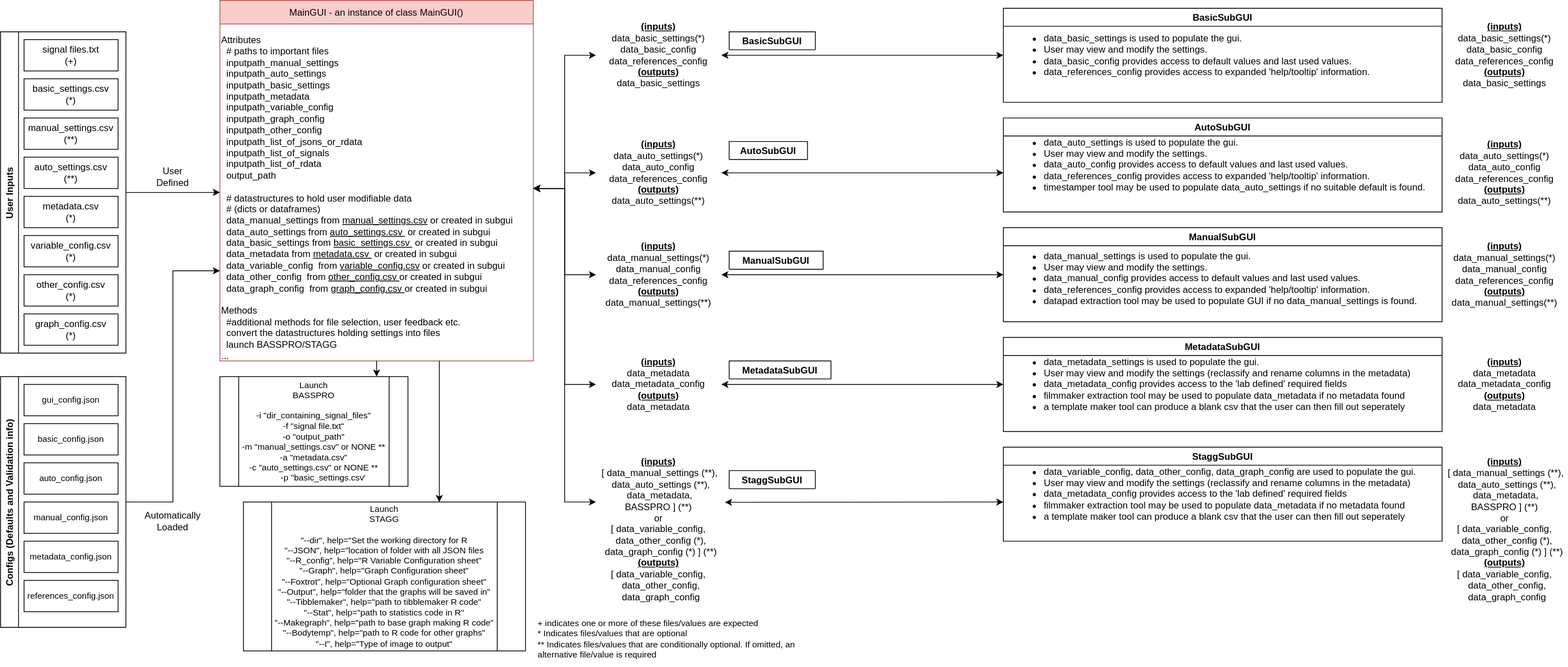
Before: subGUI-BackEnd-Schema.drawio - Copy.svg, a diagram exported from draw.io (MolecularNeurobiology/Breathe_Easy). Source tidied: cells renumbered, new cells last; positions are measured from the earlier drawing's top-left corner, leaving out a move shared by most shapes.
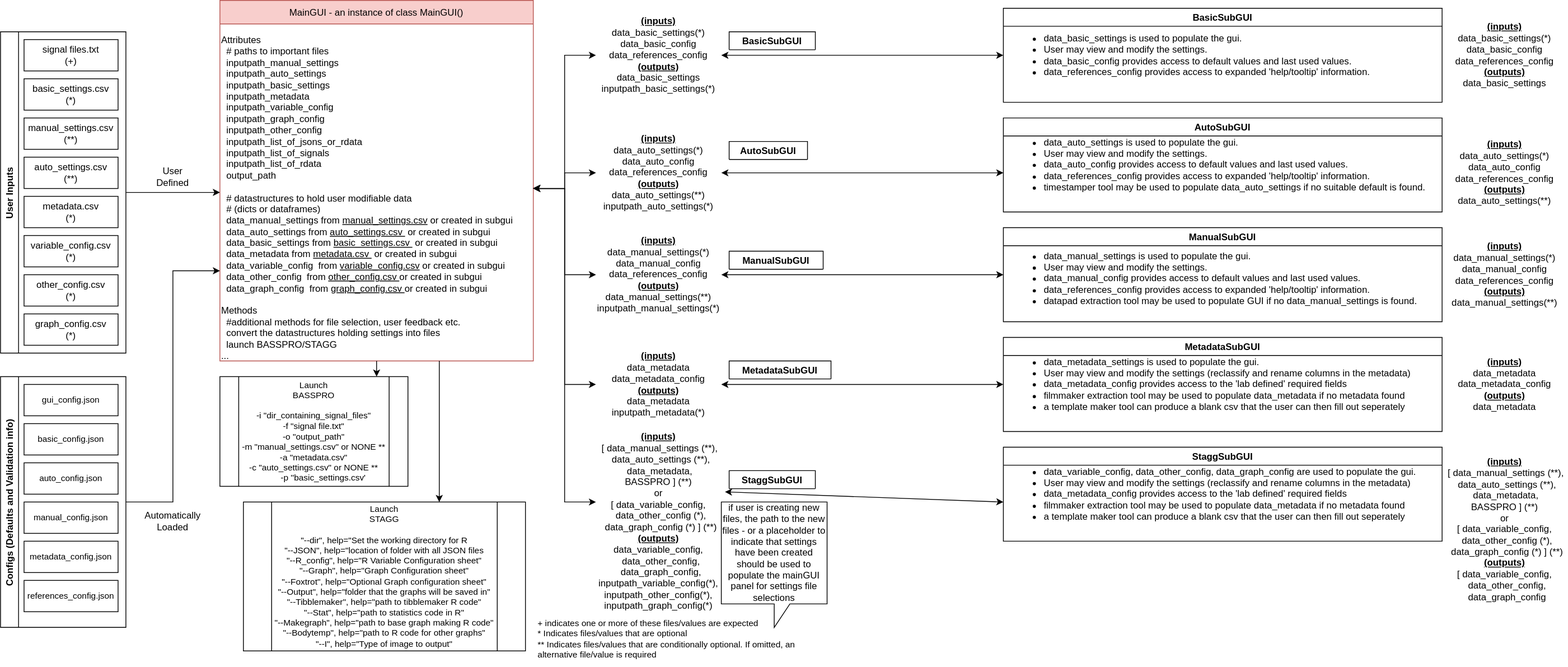
Later version of the same file.

Commit message:
updates to manual_subGUI

What changed in the source:
```diff
@@ -98,7 +98,7 @@
     <mxCell id="33" style="edgeStyle=orthogonalEdgeStyle;rounded=0;jettySize=auto;html=1;fontSize=11;startArrow=classic;startFill=1;entryX=0.998;entryY=0.488;entryDx=0;entryDy=0;entryPerimeter=0;" parent="1" edge="1" source="34" target="3">
       <mxGeometry relative="1" as="geometry" />
     </mxCell>
-    <mxCell id="34" value="&lt;b&gt;&lt;u&gt;(inputs)&lt;/u&gt;&lt;/b&gt;&lt;br&gt;data_basic_settings(*)&lt;br&gt;data_basic_config&lt;br&gt;data_references_config&lt;br&gt;&lt;b&gt;&lt;u&gt;(outputs)&lt;/u&gt;&lt;/b&gt;&lt;br&gt;data_basic_settings" style="text;html=1;strokeColor=none;fillColor=none;align=center;verticalAlign=middle;whiteSpace=wrap;rounded=0;" parent="1" vertex="1">
+    <mxCell id="34" value="&lt;b&gt;&lt;u&gt;(inputs)&lt;/u&gt;&lt;/b&gt;&lt;br&gt;data_basic_settings(*)&lt;br&gt;data_basic_config&lt;br&gt;data_references_config&lt;br&gt;&lt;b&gt;&lt;u&gt;(outputs)&lt;/u&gt;&lt;/b&gt;&lt;br&gt;data_basic_settings&lt;br&gt;inputpath_basic_settings(*)" style="text;html=1;strokeColor=none;fillColor=none;align=center;verticalAlign=middle;whiteSpace=wrap;rounded=0;" parent="1" vertex="1">
       <mxGeometry x="760" y="10" width="160" height="120" as="geometry" />
     </mxCell>
     <mxCell id="35" style="endArrow=classic;startArrow=classic;html=1;rounded=0;exitX=0;exitY=0.5;exitDx=0;exitDy=0;" parent="1" edge="1" source="4" target="34">
@@ -109,7 +109,7 @@
         <mxPoint x="680" y="240" as="targetPoint" />
       </mxGeometry>
     </mxCell>
-    <mxCell id="37" value="&lt;b&gt;&lt;u&gt;(inputs)&lt;/u&gt;&lt;/b&gt;&lt;br&gt;data_auto_settings(*)&lt;br&gt;data_auto_config&lt;br&gt;data_references_config&lt;br&gt;&lt;b&gt;&lt;u&gt;(outputs)&lt;/u&gt;&lt;/b&gt;&lt;br&gt;data_auto_settings(**)" style="text;html=1;strokeColor=none;fillColor=none;align=center;verticalAlign=middle;whiteSpace=wrap;rounded=0;" parent="1" vertex="1">
+    <mxCell id="37" value="&lt;b&gt;&lt;u&gt;(inputs)&lt;/u&gt;&lt;/b&gt;&lt;br&gt;data_auto_settings(*)&lt;br&gt;data_auto_config&lt;br&gt;data_references_config&lt;br&gt;&lt;b&gt;&lt;u&gt;(outputs)&lt;/u&gt;&lt;/b&gt;&lt;br&gt;data_auto_settings(**)&lt;br&gt;inputpath_auto_settings(*)" style="text;html=1;strokeColor=none;fillColor=none;align=center;verticalAlign=middle;whiteSpace=wrap;rounded=0;" parent="1" vertex="1">
       <mxGeometry x="760" y="160" width="160" height="120" as="geometry" />
     </mxCell>
     <mxCell id="38" value="&lt;ul&gt;&lt;li&gt;data_auto_settings is used to populate the gui. &lt;/li&gt;&lt;li&gt;User may view and modify the settings. &lt;/li&gt;&lt;li&gt;data_auto_config provides access to default values and last used values.&lt;/li&gt;&lt;li&gt;&lt;span&gt;data_references_config provides access to expanded 'help/tooltip' information.&lt;/span&gt;&lt;/li&gt;&lt;li&gt;&lt;span&gt;timestamper tool may be used to populate data_auto_settings if no suitable default is found.&lt;/span&gt;&lt;/li&gt;&lt;/ul&gt;" style="text;html=1;align=left;verticalAlign=middle;strokeColor=none;fillColor=none;" parent="1" vertex="1">
@@ -124,7 +124,7 @@
         </Array>
       </mxGeometry>
     </mxCell>
-    <mxCell id="40" value="&lt;b&gt;&lt;u&gt;(inputs)&lt;/u&gt;&lt;/b&gt;&lt;br&gt;data_manual_settings(*)&lt;br&gt;data_manual_config&lt;br&gt;data_references_config&lt;br&gt;&lt;b&gt;&lt;u&gt;(outputs)&lt;/u&gt;&lt;/b&gt;&lt;br&gt;data_manual_settings(**)" style="text;html=1;strokeColor=none;fillColor=none;align=center;verticalAlign=middle;whiteSpace=wrap;rounded=0;" parent="1" vertex="1">
+    <mxCell id="40" value="&lt;b&gt;&lt;u&gt;(inputs)&lt;/u&gt;&lt;/b&gt;&lt;br&gt;data_manual_settings(*)&lt;br&gt;data_manual_config&lt;br&gt;data_references_config&lt;br&gt;&lt;b&gt;&lt;u&gt;(outputs)&lt;/u&gt;&lt;/b&gt;&lt;br&gt;data_manual_settings(**)&lt;br&gt;inputpath_manual_settings(*)" style="text;html=1;strokeColor=none;fillColor=none;align=center;verticalAlign=middle;whiteSpace=wrap;rounded=0;" parent="1" vertex="1">
       <mxGeometry x="760" y="290" width="160" height="120" as="geometry" />
     </mxCell>
     <mxCell id="41" style="edgeStyle=orthogonalEdgeStyle;rounded=0;jettySize=auto;html=1;fontSize=11;startArrow=classic;startFill=1;" parent="1" edge="1" source="42">
@@ -136,7 +136,7 @@
         </Array>
       </mxGeometry>
     </mxCell>
-    <mxCell id="42" value="&lt;b&gt;&lt;u&gt;(inputs)&lt;/u&gt;&lt;/b&gt;&lt;br&gt;data_metadata&lt;br&gt;data_metadata_config&lt;br&gt;&lt;b&gt;&lt;u&gt;(outputs)&lt;/u&gt;&lt;/b&gt;&lt;br&gt;data_metadata" style="text;html=1;strokeColor=none;fillColor=none;align=center;verticalAlign=middle;whiteSpace=wrap;rounded=0;" parent="1" vertex="1">
+    <mxCell id="42" value="&lt;b&gt;&lt;u&gt;(inputs)&lt;/u&gt;&lt;/b&gt;&lt;br&gt;data_metadata&lt;br&gt;data_metadata_config&lt;br&gt;&lt;b&gt;&lt;u&gt;(outputs)&lt;/u&gt;&lt;/b&gt;&lt;br&gt;data_metadata&lt;br&gt;inputpath_metadata(*)" style="text;html=1;strokeColor=none;fillColor=none;align=center;verticalAlign=middle;whiteSpace=wrap;rounded=0;" parent="1" vertex="1">
       <mxGeometry x="760" y="430" width="160" height="120" as="geometry" />
     </mxCell>
     <mxCell id="43" style="endArrow=classic;startArrow=classic;html=1;rounded=0;exitX=1;exitY=0.5;exitDx=0;exitDy=0;" parent="1" edge="1" source="37">
@@ -161,8 +161,8 @@
         </Array>
       </mxGeometry>
     </mxCell>
-    <mxCell id="47" value="&lt;b&gt;&lt;u&gt;(inputs)&lt;/u&gt;&lt;/b&gt;&lt;br&gt;&lt;span style=&quot;text-align: left&quot;&gt;&amp;nbsp;[ data_manual_settings (**),&lt;/span&gt;&lt;br style=&quot;text-align: left ; padding: 0px ; margin: 0px&quot;&gt;&lt;span style=&quot;text-align: left&quot;&gt;&amp;nbsp; data_auto_settings (**),&lt;/span&gt;&lt;br style=&quot;text-align: left ; padding: 0px ; margin: 0px&quot;&gt;&lt;span style=&quot;text-align: left&quot;&gt;&amp;nbsp;data_metadata,&lt;br&gt;&lt;/span&gt;BASSPRO ] (**)&lt;br&gt;or&lt;br style=&quot;text-align: left ; padding: 0px ; margin: 0px&quot;&gt;&lt;span style=&quot;text-align: left&quot;&gt;[ data_variable_config,&lt;/span&gt;&lt;br style=&quot;text-align: left ; padding: 0px ; margin: 0px&quot;&gt;&lt;span style=&quot;text-align: left&quot;&gt;&amp;nbsp; data_other_config (*),&lt;/span&gt;&lt;br style=&quot;text-align: left ; padding: 0px ; margin: 0px&quot;&gt;&lt;span style=&quot;text-align: left&quot;&gt;&amp;nbsp; data_graph_config (*) ]&amp;nbsp;&lt;/span&gt;(**)&lt;br&gt;&lt;b&gt;&lt;u&gt;(outputs)&lt;/u&gt;&lt;/b&gt;&lt;br style=&quot;text-align: left ; padding: 0px ; margin: 0px&quot;&gt;&lt;span style=&quot;text-align: left&quot;&gt;[ data_variable_config,&lt;/span&gt;&lt;br style=&quot;text-align: left ; padding: 0px ; margin: 0px&quot;&gt;&lt;span style=&quot;text-align: left&quot;&gt;&amp;nbsp; data_other_config,&lt;/span&gt;&lt;br style=&quot;text-align: left ; padding: 0px ; margin: 0px&quot;&gt;&lt;span style=&quot;text-align: left&quot;&gt;&amp;nbsp; data_graph_config&lt;/span&gt;" style="text;html=1;strokeColor=none;fillColor=none;align=center;verticalAlign=middle;whiteSpace=wrap;rounded=0;" parent="1" vertex="1">
-      <mxGeometry x="760" y="570" width="160" height="210" as="geometry" />
+    <mxCell id="47" value="&lt;b&gt;&lt;u&gt;(inputs)&lt;/u&gt;&lt;/b&gt;&lt;br&gt;&lt;span style=&quot;text-align: left&quot;&gt;&amp;nbsp;[ data_manual_settings (**),&lt;/span&gt;&lt;br style=&quot;text-align: left ; padding: 0px ; margin: 0px&quot;&gt;&lt;span style=&quot;text-align: left&quot;&gt;&amp;nbsp; data_auto_settings (**),&lt;/span&gt;&lt;br style=&quot;text-align: left ; padding: 0px ; margin: 0px&quot;&gt;&lt;span style=&quot;text-align: left&quot;&gt;&amp;nbsp;data_metadata,&lt;br&gt;&lt;/span&gt;BASSPRO ] (**)&lt;br&gt;or&lt;br style=&quot;text-align: left ; padding: 0px ; margin: 0px&quot;&gt;&lt;span style=&quot;text-align: left&quot;&gt;[ data_variable_config,&lt;/span&gt;&lt;br style=&quot;text-align: left ; padding: 0px ; margin: 0px&quot;&gt;&lt;span style=&quot;text-align: left&quot;&gt;&amp;nbsp; data_other_config (*),&lt;/span&gt;&lt;br style=&quot;text-align: left ; padding: 0px ; margin: 0px&quot;&gt;&lt;span style=&quot;text-align: left&quot;&gt;&amp;nbsp; data_graph_config (*) ]&amp;nbsp;&lt;/span&gt;(**)&lt;br&gt;&lt;b&gt;&lt;u&gt;(outputs)&lt;/u&gt;&lt;/b&gt;&lt;br style=&quot;text-align: left ; padding: 0px ; margin: 0px&quot;&gt;&lt;span style=&quot;text-align: left&quot;&gt;data_variable_config,&lt;/span&gt;&lt;br style=&quot;text-align: left ; padding: 0px ; margin: 0px&quot;&gt;&lt;span style=&quot;text-align: left&quot;&gt;&amp;nbsp; data_other_config,&lt;/span&gt;&lt;br style=&quot;text-align: left ; padding: 0px ; margin: 0px&quot;&gt;&lt;span style=&quot;text-align: left&quot;&gt;&amp;nbsp; data_graph_config,&lt;br&gt;inputpath_variable_config(*),&lt;br&gt;inputpath_other_config(*),&lt;br&gt;inputpath_graph_config(*)&lt;br&gt;&lt;/span&gt;" style="text;html=1;strokeColor=none;fillColor=none;align=center;verticalAlign=middle;whiteSpace=wrap;rounded=0;" parent="1" vertex="1">
+      <mxGeometry x="760" y="550" width="160" height="230" as="geometry" />
     </mxCell>
     <mxCell id="48" value="+ indicates one or more of these files/values are expected&#10;* Indicates files/values that are optional&#10;** Indicates files/values that are conditionally optional. If omitted, an alternative file/value is required" style="text;strokeColor=none;fillColor=none;align=left;verticalAlign=middle;spacingLeft=4;spacingRight=4;overflow=hidden;fontSize=11;whiteSpace=wrap;" parent="1" vertex="1">
       <mxGeometry x="680" y="780" width="360" height="70" as="geometry" />
@@ -224,5 +224,8 @@
     <mxCell id="63" value="StaggSubGUI" style="swimlane;" parent="1" vertex="1" collapsed="1">
       <mxGeometry x="930" y="600" width="110" height="23" as="geometry" />
     </mxCell>
+    <mxCell id="64" value="if user is creating new files, the path to the new files - or a placeholder to indicate that settings have been created should be used to populate the mainGUI panel for settings file selections" style="shape=callout;whiteSpace=wrap;html=1;perimeter=calloutPerimeter;" parent="1" vertex="1">
+      <mxGeometry x="920" y="640" width="135" height="160" as="geometry" />
+    </mxCell>
   </root>
 </mxGraphModel>
```
